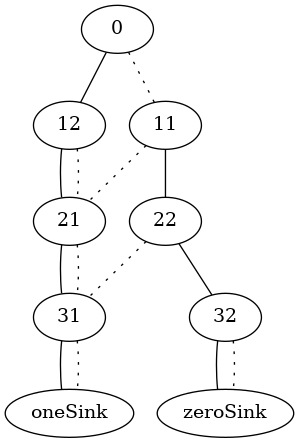
Earlier version of the Graphviz export obdd/obdd.png (aelkhamsi/BNN_explainability). Its source is kept beside it as obdd/obdd.gv.
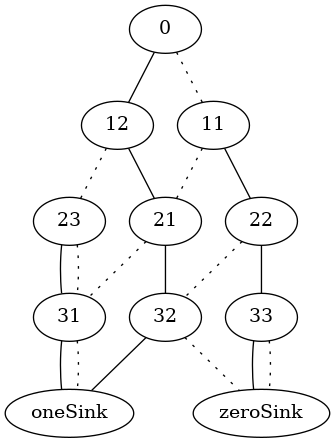
After the commit.

Diff of the diagram source:
```diff
@@ -4,13 +4,17 @@
 11->22 [style=solid, arrowhead="none"];
 11->21 [style=dotted, arrowhead="none"];
 12->21 [style=solid, arrowhead="none"];
-12->21 [style=dotted, arrowhead="none"];
-21->31 [style=solid, arrowhead="none"];
+12->23 [style=dotted, arrowhead="none"];
+21->32 [style=solid, arrowhead="none"];
 21->31 [style=dotted, arrowhead="none"];
-22->32 [style=solid, arrowhead="none"];
-22->31 [style=dotted, arrowhead="none"];
+22->33 [style=solid, arrowhead="none"];
+22->32 [style=dotted, arrowhead="none"];
+23->31 [style=solid, arrowhead="none"];
+23->31 [style=dotted, arrowhead="none"];
 31->oneSink [style=solid, arrowhead="none"];
 31->oneSink [style=dotted, arrowhead="none"];
-32->zeroSink [style=solid, arrowhead="none"];
+32->oneSink [style=solid, arrowhead="none"];
 32->zeroSink [style=dotted, arrowhead="none"];
+33->zeroSink [style=solid, arrowhead="none"];
+33->zeroSink [style=dotted, arrowhead="none"];
 }
```
